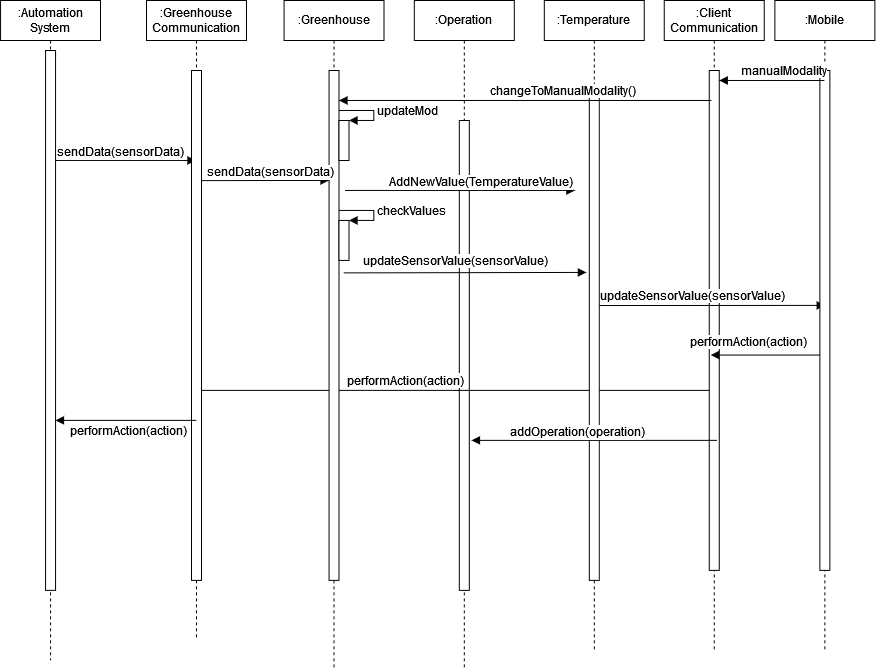
The draw.io diagram docs/design/img/interazioni_manuale.png in SmartGreenhouse-PC/Report, before a commit. Source tidied: cells renumbered, new cells last; positions are measured from the earlier drawing's top-left corner, leaving out a move shared by most shapes.
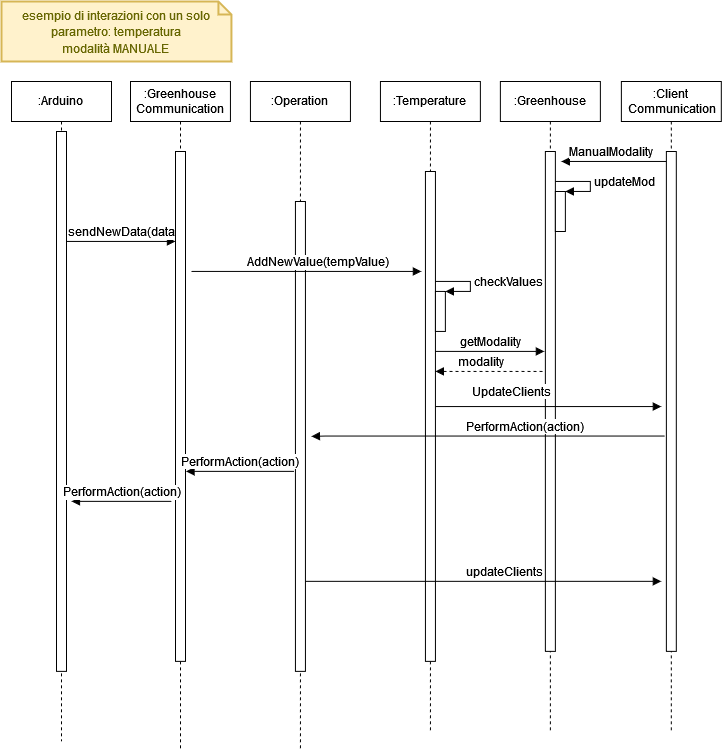
After the change.

The edit, as a diff of the source:
```diff
@@ -2,153 +2,152 @@
   <root>
     <mxCell id="0" />
     <mxCell id="1" parent="0" />
-    <mxCell id="2" value=":Operation" style="shape=umlLifeline;perimeter=lifelinePerimeter;whiteSpace=wrap;html=1;fontSize=12;" parent="1" vertex="1">
-      <mxGeometry x="413.9" width="100" height="670" as="geometry" />
+    <mxCell id="2" value=":Arduino" style="shape=umlLifeline;perimeter=lifelinePerimeter;whiteSpace=wrap;html=1;fontSize=12;" parent="1" vertex="1">
+      <mxGeometry x="66" y="-1640" width="100" height="660" as="geometry" />
     </mxCell>
     <mxCell id="3" style="html=1;perimeter=orthogonalPerimeter;fontSize=12;" parent="2" vertex="1">
-      <mxGeometry x="45" y="120" width="10" height="470" as="geometry" />
+      <mxGeometry x="45" y="50" width="10" height="540" as="geometry" />
     </mxCell>
-    <mxCell id="4" value="&lt;div&gt;:Client&lt;/div&gt;&lt;div&gt;Communication&lt;/div&gt;" style="shape=umlLifeline;perimeter=lifelinePerimeter;whiteSpace=wrap;html=1;outlineConnect=0;fontSize=12;" parent="1" vertex="1">
-      <mxGeometry x="663.9" width="100" height="650" as="geometry" />
+    <mxCell id="4" style="html=1;verticalAlign=bottom;labelBackgroundColor=none;endArrow=block;endFill=1;rounded=0;fontSize=12;" parent="2" edge="1">
+      <mxGeometry relative="1" as="geometry">
+        <mxPoint x="55" y="160" as="sourcePoint" />
+        <mxPoint x="164" y="160" as="targetPoint" />
+      </mxGeometry>
     </mxCell>
-    <mxCell id="5" style="html=1;points=[];perimeter=orthogonalPerimeter;fontSize=12;" parent="4" vertex="1">
-      <mxGeometry x="45" y="70" width="10" height="500" as="geometry" />
+    <mxCell id="5" value="sendNewData(data)" style="edgeLabel;html=1;align=center;verticalAlign=middle;points=[];fontSize=12;" parent="4" vertex="1">
+      <mxGeometry x="0.16" relative="1" as="geometry">
+        <mxPoint x="-8" y="-10" as="offset" />
+      </mxGeometry>
     </mxCell>
-    <mxCell id="6" value="updateSensorValue(sensorValue)" style="html=1;verticalAlign=bottom;endArrow=block;rounded=0;fontSize=12;exitX=0.71;exitY=0.439;exitDx=0;exitDy=0;exitPerimeter=0;" parent="4" edge="1" source="9">
-      <mxGeometry x="-0.15" relative="1" as="geometry">
-        <mxPoint x="161" y="305" as="targetPoint" />
-      </mxGeometry>
+    <mxCell id="6" value=":Greenhouse Communication" style="shape=umlLifeline;perimeter=lifelinePerimeter;whiteSpace=wrap;html=1;fontSize=12;" parent="1" vertex="1">
+      <mxGeometry x="185" y="-1640" width="100" height="670" as="geometry" />
     </mxCell>
-    <mxCell id="7" value="performAction(action)" style="html=1;verticalAlign=bottom;endArrow=block;rounded=0;fontSize=12;" parent="4" edge="1" target="27">
-      <mxGeometry x="0.18" relative="1" as="geometry">
-        <mxPoint x="45" y="390" as="sourcePoint" />
-      </mxGeometry>
+    <mxCell id="7" style="html=1;perimeter=orthogonalPerimeter;fontSize=12;" parent="6" vertex="1">
+      <mxGeometry x="45" y="70" width="10" height="510" as="geometry" />
     </mxCell>
-    <mxCell id="8" value=":Temperature" style="shape=umlLifeline;perimeter=lifelinePerimeter;whiteSpace=wrap;html=1;fontSize=12;" parent="1" vertex="1">
-      <mxGeometry x="543.9" width="100" height="650" as="geometry" />
+    <mxCell id="8" style="html=1;verticalAlign=bottom;labelBackgroundColor=none;endArrow=none;endFill=0;rounded=0;fontSize=12;startArrow=block;startFill=1;" parent="6" edge="1">
+      <mxGeometry relative="1" as="geometry">
+        <mxPoint x="-59" y="420" as="sourcePoint" />
+        <mxPoint x="41" y="420" as="targetPoint" />
+      </mxGeometry>
     </mxCell>
-    <mxCell id="9" style="html=1;points=[];perimeter=orthogonalPerimeter;fontSize=12;" parent="8" vertex="1">
-      <mxGeometry x="45" y="90" width="10" height="490" as="geometry" />
+    <mxCell id="9" value="PerformAction(action)" style="edgeLabel;html=1;align=center;verticalAlign=middle;points=[];fontSize=12;" parent="8" vertex="1">
+      <mxGeometry x="0.16" relative="1" as="geometry">
+        <mxPoint x="-8" y="-10" as="offset" />
+      </mxGeometry>
     </mxCell>
-    <mxCell id="10" value="performAction(action)" style="html=1;verticalAlign=bottom;endArrow=block;rounded=0;fontSize=12;" parent="8" edge="1" target="4">
-      <mxGeometry x="0.34" y="-4" relative="1" as="geometry">
-        <mxPoint x="284.5" y="354.7" as="sourcePoint" />
-      </mxGeometry>
+    <mxCell id="10" value=":Operation" style="shape=umlLifeline;perimeter=lifelinePerimeter;whiteSpace=wrap;html=1;fontSize=12;" parent="1" vertex="1">
+      <mxGeometry x="305" y="-1640" width="100" height="670" as="geometry" />
     </mxCell>
-    <mxCell id="11" value=":Greenhouse" style="shape=umlLifeline;perimeter=lifelinePerimeter;whiteSpace=wrap;html=1;fontSize=12;" parent="1" vertex="1">
-      <mxGeometry x="283.6" width="100" height="670" as="geometry" />
+    <mxCell id="11" style="html=1;perimeter=orthogonalPerimeter;fontSize=12;" parent="10" vertex="1">
+      <mxGeometry x="45" y="120" width="10" height="470" as="geometry" />
     </mxCell>
-    <mxCell id="12" style="html=1;points=[];perimeter=orthogonalPerimeter;fontSize=12;" parent="11" vertex="1">
-      <mxGeometry x="45" y="70" width="10" height="510" as="geometry" />
+    <mxCell id="12" value="PerformAction(action)" style="html=1;verticalAlign=bottom;endArrow=none;rounded=0;fontSize=12;startArrow=block;startFill=1;endFill=0;" parent="10" edge="1">
+      <mxGeometry relative="1" as="geometry">
+        <mxPoint x="-64.4" y="390" as="sourcePoint" />
+        <mxPoint x="43.6" y="390" as="targetPoint" />
+      </mxGeometry>
     </mxCell>
-    <mxCell id="13" style="html=1;points=[];perimeter=orthogonalPerimeter;fontSize=12;" parent="11" vertex="1">
-      <mxGeometry x="55" y="220" width="10" height="40" as="geometry" />
+    <mxCell id="13" value=":Greenhouse" style="shape=umlLifeline;perimeter=lifelinePerimeter;whiteSpace=wrap;html=1;outlineConnect=0;fontSize=12;" parent="1" vertex="1">
+      <mxGeometry x="555" y="-1640" width="100" height="650" as="geometry" />
     </mxCell>
-    <mxCell id="14" value="checkValues" style="edgeStyle=orthogonalEdgeStyle;html=1;align=left;spacingLeft=2;endArrow=block;rounded=0;entryX=1;entryY=0;fontSize=12;" parent="11" edge="1" source="12" target="13">
-      <mxGeometry relative="1" as="geometry">
-        <Array as="points">
-          <mxPoint x="90" y="210" />
-          <mxPoint x="90" y="220" />
-        </Array>
-      </mxGeometry>
+    <mxCell id="14" style="html=1;perimeter=orthogonalPerimeter;fontSize=12;" parent="13" vertex="1">
+      <mxGeometry x="45" y="70" width="10" height="500" as="geometry" />
     </mxCell>
-    <mxCell id="15" style="html=1;points=[];perimeter=orthogonalPerimeter;fontSize=12;" parent="11" vertex="1">
-      <mxGeometry x="55" y="120" width="10" height="40" as="geometry" />
+    <mxCell id="15" value="ManualModality" style="html=1;verticalAlign=bottom;endArrow=block;rounded=0;fontSize=12;" parent="13" edge="1" source="28">
+      <mxGeometry x="0.09" relative="1" as="geometry">
+        <mxPoint x="61" y="80" as="targetPoint" />
+        <Array as="points">
+          <mxPoint x="71" y="80" />
+        </Array>
+      </mxGeometry>
     </mxCell>
-    <mxCell id="16" value="updateMod" style="edgeStyle=orthogonalEdgeStyle;html=1;align=left;spacingLeft=2;endArrow=block;rounded=0;entryX=1;entryY=0;fontSize=12;" parent="11" edge="1" target="15">
-      <mxGeometry relative="1" as="geometry">
-        <mxPoint x="55" y="110" as="sourcePoint" />
-        <Array as="points">
-          <mxPoint x="90" y="110" />
-          <mxPoint x="90" y="120" />
-        </Array>
+    <mxCell id="16" value="UpdateClients" style="html=1;verticalAlign=bottom;endArrow=block;rounded=0;fontSize=12;" parent="13" edge="1" source="19">
+      <mxGeometry x="-0.3" y="5" relative="1" as="geometry">
+        <mxPoint x="161" y="325.2" as="targetPoint" />
       </mxGeometry>
     </mxCell>
-    <mxCell id="17" style="html=1;verticalAlign=bottom;labelBackgroundColor=none;endArrow=block;endFill=1;rounded=0;fontSize=12;exitX=1.005;exitY=0.216;exitDx=0;exitDy=0;exitPerimeter=0;" parent="11" edge="1" source="28">
-      <mxGeometry relative="1" as="geometry">
-        <mxPoint x="45" y="180" as="targetPoint" />
-      </mxGeometry>
+    <mxCell id="17" style="html=1;points=[];perimeter=orthogonalPerimeter;fontSize=12;" parent="13" vertex="1">
+      <mxGeometry x="55" y="110" width="10" height="40" as="geometry" />
     </mxCell>
-    <mxCell id="18" value="sendData(sensorData)" style="edgeLabel;html=1;align=center;verticalAlign=middle;fontSize=12;" parent="17" vertex="1">
-      <mxGeometry x="0.16" relative="1" as="geometry">
-        <mxPoint x="-5" y="-10" as="offset" />
+    <mxCell id="18" value="updateMod" style="edgeStyle=orthogonalEdgeStyle;html=1;align=left;spacingLeft=2;endArrow=block;rounded=0;entryX=1;entryY=0;fontSize=12;" parent="13" edge="1" target="17">
+      <mxGeometry relative="1" as="geometry">
+        <mxPoint x="55" y="100" as="sourcePoint" />
+        <Array as="points">
+          <mxPoint x="90" y="100" />
+          <mxPoint x="90" y="110" />
+        </Array>
       </mxGeometry>
     </mxCell>
-    <mxCell id="19" value="&lt;div&gt;:Automation&lt;/div&gt;&lt;div&gt;System&lt;br&gt;&lt;/div&gt;" style="shape=umlLifeline;perimeter=lifelinePerimeter;whiteSpace=wrap;html=1;outlineConnect=0;fontSize=12;" parent="1" vertex="1">
-      <mxGeometry width="100" height="660" as="geometry" />
+    <mxCell id="19" value=":Temperature" style="shape=umlLifeline;perimeter=lifelinePerimeter;whiteSpace=wrap;html=1;outlineConnect=0;fontSize=12;" parent="1" vertex="1">
+      <mxGeometry x="435" y="-1640" width="100" height="650" as="geometry" />
     </mxCell>
     <mxCell id="20" style="html=1;perimeter=orthogonalPerimeter;fontSize=12;" parent="19" vertex="1">
-      <mxGeometry x="45" y="50" width="10" height="540" as="geometry" />
+      <mxGeometry x="45" y="90" width="10" height="490" as="geometry" />
     </mxCell>
-    <mxCell id="21" style="html=1;verticalAlign=bottom;labelBackgroundColor=none;endArrow=block;endFill=1;rounded=0;fontSize=12;" parent="19" edge="1" target="27">
-      <mxGeometry relative="1" as="geometry">
-        <mxPoint x="55" y="160" as="sourcePoint" />
-      </mxGeometry>
+    <mxCell id="21" style="html=1;points=[];perimeter=orthogonalPerimeter;fontSize=12;" parent="19" vertex="1">
+      <mxGeometry x="55" y="210" width="10" height="40" as="geometry" />
     </mxCell>
-    <mxCell id="22" value="sendData(sensorData)" style="edgeLabel;html=1;align=center;verticalAlign=middle;fontSize=12;" parent="21" vertex="1">
-      <mxGeometry x="0.16" relative="1" as="geometry">
-        <mxPoint x="-17" y="-10" as="offset" />
+    <mxCell id="22" value="checkValues" style="edgeStyle=orthogonalEdgeStyle;html=1;align=left;spacingLeft=2;endArrow=block;rounded=0;entryX=1;entryY=0;fontSize=12;" parent="19" edge="1" target="21">
+      <mxGeometry relative="1" as="geometry">
+        <mxPoint x="55" y="200" as="sourcePoint" />
+        <Array as="points">
+          <mxPoint x="90" y="200" />
+          <mxPoint x="90" y="210" />
+        </Array>
       </mxGeometry>
     </mxCell>
-    <mxCell id="23" style="html=1;verticalAlign=bottom;labelBackgroundColor=none;endArrow=block;endFill=1;rounded=0;fontSize=12;" parent="1" edge="1">
+    <mxCell id="23" value="getModality" style="html=1;verticalAlign=bottom;endArrow=none;rounded=0;fontSize=12;startArrow=block;startFill=1;endFill=0;" parent="19" edge="1">
       <mxGeometry relative="1" as="geometry">
-        <mxPoint x="344.6" y="190" as="sourcePoint" />
-        <mxPoint x="574.6" y="190" as="targetPoint" />
+        <mxPoint x="164" y="270" as="sourcePoint" />
+        <mxPoint x="55" y="270" as="targetPoint" />
       </mxGeometry>
     </mxCell>
-    <mxCell id="24" value="AddNewValue(TemperatureValue)" style="edgeLabel;html=1;align=center;verticalAlign=middle;fontSize=12;" parent="23" vertex="1">
-      <mxGeometry x="0.16" relative="1" as="geometry">
-        <mxPoint x="2" y="-10" as="offset" />
+    <mxCell id="24" value="modality" style="html=1;verticalAlign=bottom;endArrow=none;rounded=0;fontSize=12;startArrow=block;startFill=1;endFill=0;dashed=1;" parent="19" edge="1">
+      <mxGeometry x="-0.16" relative="1" as="geometry">
+        <mxPoint x="55" y="290" as="sourcePoint" />
+        <mxPoint x="164" y="290" as="targetPoint" />
       </mxGeometry>
     </mxCell>
-    <mxCell id="25" value=":Mobile" style="shape=umlLifeline;perimeter=lifelinePerimeter;whiteSpace=wrap;html=1;outlineConnect=0;fontSize=12;" parent="1" vertex="1">
-      <mxGeometry x="774.6" width="100" height="650" as="geometry" />
+    <mxCell id="25" value="&lt;font style=&quot;font-size: 12px;&quot;&gt;esempio di interazioni con un solo parametro: temperatura&lt;br&gt;modalità MANUALE&lt;br&gt;&lt;/font&gt;" style="shape=note;strokeWidth=2;fontSize=14;size=13;whiteSpace=wrap;html=1;fillColor=#fff2cc;strokeColor=#d6b656;fontColor=#666600;" parent="1" vertex="1">
+      <mxGeometry x="56" y="-1720" width="230" height="60" as="geometry" />
     </mxCell>
-    <mxCell id="26" style="html=1;perimeter=orthogonalPerimeter;fontSize=12;" parent="25" vertex="1">
-      <mxGeometry x="45" y="70" width="10" height="500" as="geometry" />
+    <mxCell id="26" style="html=1;verticalAlign=bottom;labelBackgroundColor=none;endArrow=block;endFill=1;rounded=0;fontSize=12;" parent="1" edge="1">
+      <mxGeometry relative="1" as="geometry">
+        <mxPoint x="246" y="-1450" as="sourcePoint" />
+        <mxPoint x="476" y="-1450" as="targetPoint" />
+      </mxGeometry>
     </mxCell>
-    <mxCell id="27" value="&lt;div&gt;:Greenhouse&lt;/div&gt;&lt;div&gt;Communication&lt;br&gt;&lt;/div&gt;" style="shape=umlLifeline;perimeter=lifelinePerimeter;whiteSpace=wrap;html=1;outlineConnect=0;fontSize=12;" parent="1" vertex="1">
-      <mxGeometry x="146" width="100" height="640" as="geometry" />
+    <mxCell id="27" value="AddNewValue(tempValue)" style="edgeLabel;html=1;align=center;verticalAlign=middle;points=[];fontSize=12;" parent="26" vertex="1">
+      <mxGeometry x="0.16" relative="1" as="geometry">
+        <mxPoint x="-8" y="-10" as="offset" />
+      </mxGeometry>
     </mxCell>
-    <mxCell id="28" style="html=1;points=[];perimeter=orthogonalPerimeter;fontSize=12;" parent="27" vertex="1">
-      <mxGeometry x="45" y="70" width="10" height="510" as="geometry" />
+    <mxCell id="28" value="&lt;div&gt;:Client&lt;br&gt;&lt;/div&gt;&lt;div&gt;&amp;nbsp;Communication&lt;/div&gt;" style="shape=umlLifeline;perimeter=lifelinePerimeter;whiteSpace=wrap;html=1;outlineConnect=0;fontSize=12;" parent="1" vertex="1">
+      <mxGeometry x="676" y="-1640" width="100" height="650" as="geometry" />
     </mxCell>
-    <mxCell id="29" value="performAction(action)" style="html=1;verticalAlign=bottom;endArrow=block;rounded=0;fontSize=12;" parent="27" edge="1">
-      <mxGeometry x="-0.01" y="20" relative="1" as="geometry">
-        <mxPoint x="50" y="420" as="sourcePoint" />
-        <mxPoint x="-91" y="420" as="targetPoint" />
-      </mxGeometry>
+    <mxCell id="29" style="html=1;perimeter=orthogonalPerimeter;fontSize=12;" parent="28" vertex="1">
+      <mxGeometry x="45" y="70" width="10" height="500" as="geometry" />
     </mxCell>
-    <mxCell id="30" value="updateSensorValue(sensorValue)" style="html=1;verticalAlign=bottom;endArrow=block;rounded=0;fontSize=12;exitX=1.438;exitY=0.397;exitDx=0;exitDy=0;exitPerimeter=0;" parent="1" edge="1" source="12">
-      <mxGeometry x="-0.07" y="2" relative="1" as="geometry">
-        <mxPoint x="586" y="272" as="targetPoint" />
+    <mxCell id="30" value="PerformAction(action)" style="html=1;verticalAlign=bottom;endArrow=block;rounded=0;fontSize=12;" parent="1" edge="1">
+      <mxGeometry x="-0.21" relative="1" as="geometry">
+        <mxPoint x="719.5" y="-1285.3" as="sourcePoint" />
+        <mxPoint x="366" y="-1285" as="targetPoint" />
+        <Array as="points">
+          <mxPoint x="380" y="-1285.3" />
+        </Array>
       </mxGeometry>
     </mxCell>
-    <mxCell id="31" style="html=1;verticalAlign=bottom;labelBackgroundColor=none;endArrow=block;endFill=1;rounded=0;fontSize=12;exitX=0.01;exitY=0.583;exitDx=0;exitDy=0;exitPerimeter=0;" parent="1" edge="1">
+    <mxCell id="31" style="html=1;verticalAlign=bottom;labelBackgroundColor=none;endArrow=block;endFill=1;rounded=0;fontSize=12;" parent="1" edge="1">
       <mxGeometry relative="1" as="geometry">
-        <mxPoint x="716.7" y="440" as="sourcePoint" />
-        <mxPoint x="471.1" y="440" as="targetPoint" />
+        <mxPoint x="360" y="-1140" as="sourcePoint" />
+        <mxPoint x="716" y="-1140" as="targetPoint" />
       </mxGeometry>
     </mxCell>
-    <mxCell id="32" value="addOperation(operation)" style="edgeLabel;html=1;align=center;verticalAlign=middle;fontSize=12;" parent="31" vertex="1">
+    <mxCell id="32" value="updateClients" style="edgeLabel;html=1;align=center;verticalAlign=middle;fontSize=12;" parent="31" vertex="1">
       <mxGeometry x="0.16" relative="1" as="geometry">
-        <mxPoint x="2" y="-10" as="offset" />
+        <mxPoint x="-8" y="-10" as="offset" />
       </mxGeometry>
     </mxCell>
-    <mxCell id="33" value="manualModality" style="html=1;verticalAlign=bottom;endArrow=block;rounded=0;fontSize=12;" parent="1" edge="1" source="25" target="5">
-      <mxGeometry x="-0.21" relative="1" as="geometry">
-        <Array as="points">
-          <mxPoint x="746" y="80" />
-        </Array>
-      </mxGeometry>
-    </mxCell>
-    <mxCell id="34" value="changeToManualModality()" style="html=1;verticalAlign=bottom;endArrow=block;rounded=0;fontSize=12;" parent="1" edge="1" target="12">
-      <mxGeometry x="-0.21" relative="1" as="geometry">
-        <mxPoint x="711.2" y="100" as="sourcePoint" />
-        <Array as="points">
-          <mxPoint x="633.1" y="100" />
-        </Array>
-      </mxGeometry>
-    </mxCell>
   </root>
 </mxGraphModel>
```
